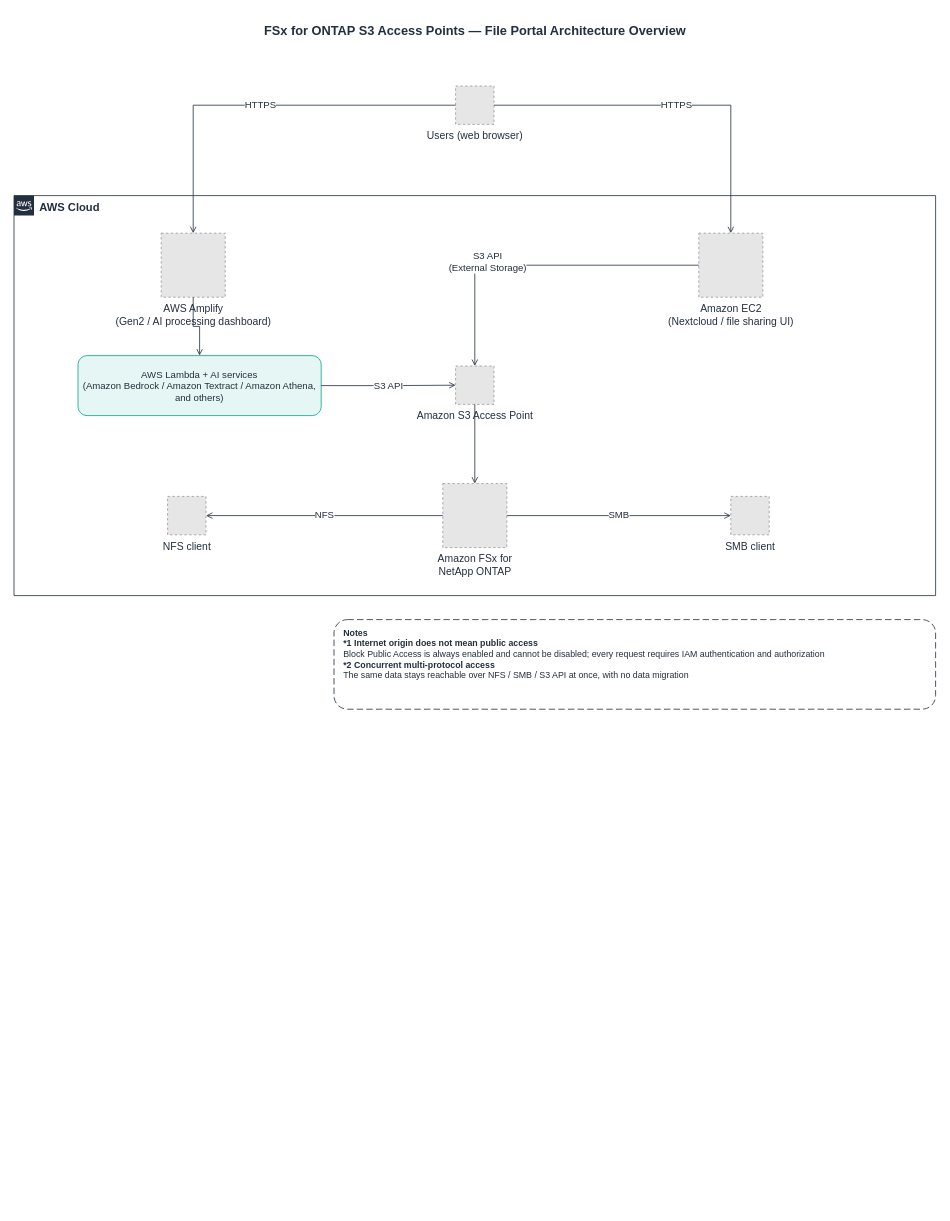
The draw.io diagram docs/diagrams/architecture-overview-en.drawio in Yoshiki0705/FSx-for-ONTAP-S3AccessPoints-Serverless-Patterns, before the edit. Source tidied: cells renumbered, new cells numbered last; positions are measured from the earlier drawing's top-left corner, leaving out a move shared by most shapes. Both pictures are drawn from the tidied source at 80%, with x=0, y=0 at pixel (14, 14). Pictures stored in the file or linked from it are replaced by grey dashed boxes.
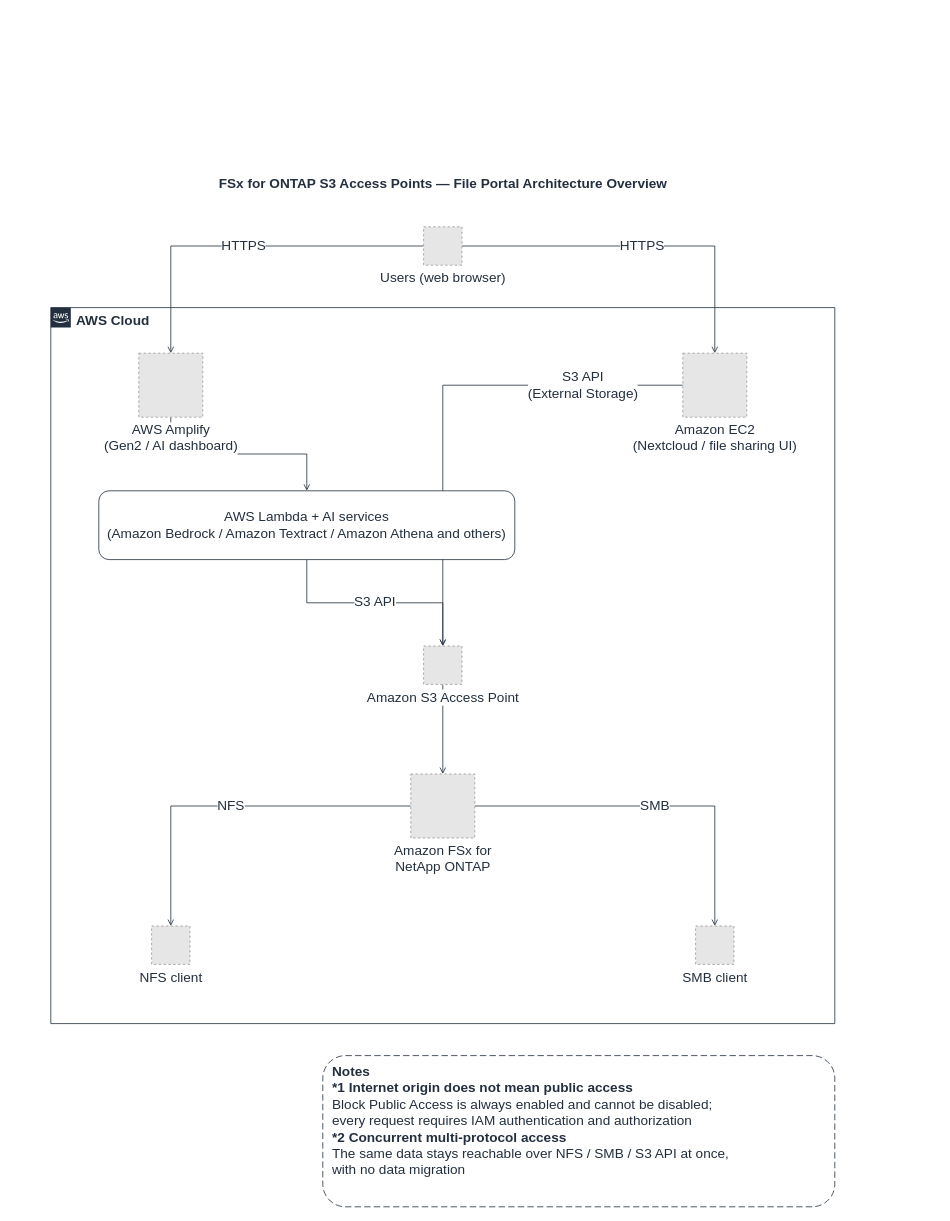
The same page after the edit.

Diff of the diagram source:
```diff
@@
-    <mxCell id="2" value="FSx for ONTAP S3 Access Points — File Portal Architecture Overview" style="text;html=1;align=center;verticalAlign=middle;fontSize=16;fontStyle=1;fontColor=#232F3E;" parent="1" vertex="1">
-      <mxGeometry width="1152" height="42" as="geometry" />
+    <mxCell id="2" value="FSx for ONTAP S3 Access Points — File Portal Architecture Overview" style="text;html=1;align=center;verticalAlign=middle;fontSize=17;fontStyle=1;fontColor=#232F3E;" parent="1" vertex="1">
+      <mxGeometry x="46" y="196" width="980" height="34" as="geometry" />
     </mxCell>
-    <mxCell id="3" value="Users (web browser)" style="fillColor=#E6E6E6;strokeColor=#999999;dashed=1;html=1;verticalLabelPosition=bottom;verticalAlign=top;labelPosition=center;align=center;fontSize=13;fontColor=#232F3E;" parent="1" vertex="1">
-      <mxGeometry x="552" y="90" width="48" height="48" as="geometry" />
-    </mxCell>
-    <mxCell id="4" value="AWS Cloud" style="gradientColor=none;html=1;whiteSpace=wrap;fontSize=14;fontStyle=1;shape=mxgraph.aws4.group;grIcon=mxgraph.aws4.group_aws_cloud_alt;strokeColor=#232F3E;fillColor=none;verticalAlign=top;align=left;spacingLeft=30;fontColor=#232F3E;dashed=0;" parent="1" vertex="1">
-      <mxGeometry y="227" width="1152" height="500" as="geometry" />
+    <mxCell id="4" value="AWS Cloud" style="gradientColor=none;html=1;whiteSpace=wrap;fontSize=17;fontStyle=1;shape=mxgraph.aws4.group;grIcon=mxgraph.aws4.group_aws_cloud_alt;strokeColor=#232F3E;fillColor=none;verticalAlign=top;align=left;spacingLeft=30;fontColor=#232F3E;dashed=0;" parent="1" vertex="1">
+      <mxGeometry x="46" y="367" width="980" height="895" as="geometry" />
     </mxCell>
-    <mxCell id="5" value="AWS Amplify&#10;(Gen2 / AI processing dashboard)" style="fillColor=#E6E6E6;strokeColor=#999999;dashed=1;html=1;verticalLabelPosition=bottom;verticalAlign=top;labelPosition=center;align=center;fontSize=13;fontColor=#232F3E;" parent="1" vertex="1">
-      <mxGeometry x="184" y="274" width="80" height="80" as="geometry" />
-    </mxCell>
-    <mxCell id="6" value="Amazon EC2&#10;(Nextcloud / file sharing UI)" style="fillColor=#E6E6E6;strokeColor=#999999;dashed=1;html=1;verticalLabelPosition=bottom;verticalAlign=top;labelPosition=center;align=center;fontSize=13;fontColor=#232F3E;" parent="1" vertex="1">
-      <mxGeometry x="856" y="274" width="80" height="80" as="geometry" />
-    </mxCell>
-    <mxCell id="7" value="AWS Lambda + AI services&#10;(Amazon Bedrock / Amazon Textract / Amazon Athena, and others)" style="rounded=1;whiteSpace=wrap;html=1;fillColor=#E6F6F4;strokeColor=#01A88D;dashed=0;fontSize=12;fontColor=#232F3E;verticalAlign=middle;align=center;" parent="1" vertex="1">
-      <mxGeometry x="80" y="427" width="304" height="75" as="geometry" />
-    </mxCell>
-    <mxCell id="8" value="Amazon S3 Access Point" style="fillColor=#E6E6E6;strokeColor=#999999;dashed=1;html=1;verticalLabelPosition=bottom;verticalAlign=top;labelPosition=center;align=center;fontSize=13;fontColor=#232F3E;" parent="1" vertex="1">
-      <mxGeometry x="552" y="440" width="48" height="48" as="geometry" />
-    </mxCell>
-    <mxCell id="9" value="Amazon FSx for&#10;NetApp ONTAP" style="fillColor=#E6E6E6;strokeColor=#999999;dashed=1;html=1;verticalLabelPosition=bottom;verticalAlign=top;labelPosition=center;align=center;fontSize=13;fontColor=#232F3E;" parent="1" vertex="1">
-      <mxGeometry x="536" y="587" width="80" height="80" as="geometry" />
-    </mxCell>
-    <mxCell id="10" value="NFS client" style="fillColor=#E6E6E6;strokeColor=#999999;dashed=1;html=1;verticalLabelPosition=bottom;verticalAlign=top;labelPosition=center;align=center;fontSize=13;fontColor=#232F3E;" parent="1" vertex="1">
-      <mxGeometry x="192" y="603" width="48" height="48" as="geometry" />
-    </mxCell>
-    <mxCell id="11" value="SMB client" style="fillColor=#E6E6E6;strokeColor=#999999;dashed=1;html=1;verticalLabelPosition=bottom;verticalAlign=top;labelPosition=center;align=center;fontSize=13;fontColor=#232F3E;" parent="1" vertex="1">
-      <mxGeometry x="896" y="603" width="48" height="48" as="geometry" />
-    </mxCell>
-    <mxCell id="12" value="HTTPS" style="edgeStyle=orthogonalEdgeStyle;rounded=0;jettySize=auto;html=1;endArrow=open;endFill=0;strokeColor=#232F3E;strokeWidth=1;fontSize=12;fontColor=#232F3E;labelBackgroundColor=#ffffff;" parent="1" edge="1" source="3" target="5">
+    <mxCell id="12" value="HTTPS" style="edgeStyle=orthogonalEdgeStyle;rounded=0;jettySize=auto;html=1;endArrow=open;endFill=0;strokeColor=#232F3E;strokeWidth=1;fontSize=17;fontColor=#232F3E;labelBackgroundColor=#ffffff;" parent="1" edge="1" source="3" target="5">
       <mxGeometry relative="1" as="geometry" />
     </mxCell>
-    <mxCell id="13" value="HTTPS" style="edgeStyle=orthogonalEdgeStyle;rounded=0;jettySize=auto;html=1;endArrow=open;endFill=0;strokeColor=#232F3E;strokeWidth=1;fontSize=12;fontColor=#232F3E;labelBackgroundColor=#ffffff;" parent="1" edge="1" source="3" target="6">
+    <mxCell id="13" value="HTTPS" style="edgeStyle=orthogonalEdgeStyle;rounded=0;jettySize=auto;html=1;endArrow=open;endFill=0;strokeColor=#232F3E;strokeWidth=1;fontSize=17;fontColor=#232F3E;labelBackgroundColor=#ffffff;" parent="1" edge="1" source="3" target="6">
       <mxGeometry relative="1" as="geometry" />
     </mxCell>
-    <mxCell id="14" style="edgeStyle=orthogonalEdgeStyle;rounded=0;jettySize=auto;html=1;endArrow=open;endFill=0;strokeColor=#232F3E;strokeWidth=1;fontSize=12;fontColor=#232F3E;labelBackgroundColor=#ffffff;" parent="1" edge="1" source="5" target="7">
-      <mxGeometry relative="1" as="geometry" />
-    </mxCell>
+    <mxCell id="21" style="edgeStyle=orthogonalEdgeStyle;rounded=0;jettySize=auto;html=1;endArrow=open;endFill=0;strokeColor=#232F3E;strokeWidth=1;fontSize=17;fontColor=#232F3E;labelBackgroundColor=#ffffff;" parent="1" edge="1" source="5" target="22">
+      <mxGeometry relative="1" as="geometry" />
+    </mxCell>
-    <mxCell id="15" value="S3 API" style="edgeStyle=orthogonalEdgeStyle;rounded=0;jettySize=auto;html=1;endArrow=open;endFill=0;strokeColor=#232F3E;strokeWidth=1;fontSize=12;fontColor=#232F3E;labelBackgroundColor=#ffffff;" parent="1" edge="1" source="7" target="8">
+    <mxCell id="15" value="S3 API" style="edgeStyle=orthogonalEdgeStyle;rounded=0;jettySize=auto;html=1;endArrow=open;endFill=0;strokeColor=#232F3E;strokeWidth=1;fontSize=17;fontColor=#232F3E;labelBackgroundColor=#ffffff;" parent="1" edge="1" source="22" target="8">
       <mxGeometry relative="1" as="geometry" />
     </mxCell>
-    <mxCell id="16" value="S3 API&#10;(External Storage)" style="edgeStyle=orthogonalEdgeStyle;rounded=0;jettySize=auto;html=1;endArrow=open;endFill=0;strokeColor=#232F3E;strokeWidth=1;fontSize=12;fontColor=#232F3E;labelBackgroundColor=#ffffff;" parent="1" edge="1" source="6" target="8">
-      <mxGeometry x="0.3" relative="1" as="geometry">
-        <mxPoint y="-4" as="offset" />
-      </mxGeometry>
+    <mxCell id="16" value="S3 API&lt;br&gt;(External Storage)" style="edgeStyle=orthogonalEdgeStyle;rounded=0;jettySize=auto;html=1;endArrow=open;endFill=0;strokeColor=#232F3E;strokeWidth=1;fontSize=17;fontColor=#232F3E;labelBackgroundColor=#ffffff;" parent="1" edge="1" source="6" target="8">
+      <mxGeometry x="-0.6" relative="1" as="geometry" />
     </mxCell>
-    <mxCell id="17" style="edgeStyle=orthogonalEdgeStyle;rounded=0;jettySize=auto;html=1;endArrow=open;endFill=0;strokeColor=#232F3E;strokeWidth=1;fontSize=12;fontColor=#232F3E;labelBackgroundColor=#ffffff;" parent="1" edge="1" source="8" target="9">
+    <mxCell id="17" style="edgeStyle=orthogonalEdgeStyle;rounded=0;jettySize=auto;html=1;endArrow=open;endFill=0;strokeColor=#232F3E;strokeWidth=1;fontSize=17;fontColor=#232F3E;labelBackgroundColor=#ffffff;" parent="1" edge="1" source="8" target="9">
       <mxGeometry relative="1" as="geometry" />
     </mxCell>
-    <mxCell id="18" value="NFS" style="edgeStyle=orthogonalEdgeStyle;rounded=0;jettySize=auto;html=1;endArrow=open;endFill=0;strokeColor=#232F3E;strokeWidth=1;fontSize=12;fontColor=#232F3E;labelBackgroundColor=#ffffff;" parent="1" edge="1" source="9" target="10">
+    <mxCell id="18" value="NFS" style="edgeStyle=orthogonalEdgeStyle;rounded=0;jettySize=auto;html=1;endArrow=open;endFill=0;strokeColor=#232F3E;strokeWidth=1;fontSize=17;fontColor=#232F3E;labelBackgroundColor=#ffffff;" parent="1" edge="1" source="9" target="10">
       <mxGeometry relative="1" as="geometry" />
     </mxCell>
-    <mxCell id="19" value="SMB" style="edgeStyle=orthogonalEdgeStyle;rounded=0;jettySize=auto;html=1;endArrow=open;endFill=0;strokeColor=#232F3E;strokeWidth=1;fontSize=12;fontColor=#232F3E;labelBackgroundColor=#ffffff;" parent="1" edge="1" source="9" target="11">
+    <mxCell id="19" value="SMB" style="edgeStyle=orthogonalEdgeStyle;rounded=0;jettySize=auto;html=1;endArrow=open;endFill=0;strokeColor=#232F3E;strokeWidth=1;fontSize=17;fontColor=#232F3E;labelBackgroundColor=#ffffff;" parent="1" edge="1" source="9" target="11">
       <mxGeometry relative="1" as="geometry" />
     </mxCell>
+    <mxCell id="3" value="Users (web browser)" style="fillColor=#E6E6E6;strokeColor=#999999;dashed=1;html=1;verticalLabelPosition=bottom;verticalAlign=top;labelPosition=center;align=center;fontSize=17;fontColor=#232F3E;labelBackgroundColor=#FFFFFF;" parent="1" vertex="1">
+      <mxGeometry x="512" y="266" width="48" height="48" as="geometry" />
+    </mxCell>
+    <mxCell id="5" value="AWS Amplify&lt;br&gt;(Gen2 / AI dashboard)" style="fillColor=#E6E6E6;strokeColor=#999999;dashed=1;html=1;verticalLabelPosition=bottom;verticalAlign=top;labelPosition=center;align=center;fontSize=17;fontColor=#232F3E;labelBackgroundColor=#FFFFFF;" parent="1" vertex="1">
+      <mxGeometry x="156" y="424" width="80" height="80" as="geometry" />
+    </mxCell>
+    <mxCell id="6" value="Amazon EC2&lt;br&gt;(Nextcloud / file sharing UI)" style="fillColor=#E6E6E6;strokeColor=#999999;dashed=1;html=1;verticalLabelPosition=bottom;verticalAlign=top;labelPosition=center;align=center;fontSize=17;fontColor=#232F3E;labelBackgroundColor=#FFFFFF;" parent="1" vertex="1">
+      <mxGeometry x="836" y="424" width="80" height="80" as="geometry" />
+    </mxCell>
+    <mxCell id="22" value="AWS Lambda + AI services&lt;br&gt;(Amazon Bedrock / Amazon Textract / Amazon Athena and others)" style="rounded=1;whiteSpace=wrap;html=1;dashed=0;strokeColor=#232F3E;fillColor=#FFFFFF;align=center;verticalAlign=middle;fontSize=17;fontColor=#232F3E;" parent="1" vertex="1">
+      <mxGeometry x="106" y="596" width="520" height="86" as="geometry" />
+    </mxCell>
+    <mxCell id="8" value="Amazon S3 Access Point" style="fillColor=#E6E6E6;strokeColor=#999999;dashed=1;html=1;verticalLabelPosition=bottom;verticalAlign=top;labelPosition=center;align=center;fontSize=17;fontColor=#232F3E;labelBackgroundColor=#FFFFFF;" parent="1" vertex="1">
+      <mxGeometry x="512" y="790" width="48" height="48" as="geometry" />
+    </mxCell>
+    <mxCell id="9" value="Amazon FSx for&lt;br&gt;NetApp ONTAP" style="fillColor=#E6E6E6;strokeColor=#999999;dashed=1;html=1;verticalLabelPosition=bottom;verticalAlign=top;labelPosition=center;align=center;fontSize=17;fontColor=#232F3E;labelBackgroundColor=#FFFFFF;" parent="1" vertex="1">
+      <mxGeometry x="496" y="950" width="80" height="80" as="geometry" />
+    </mxCell>
+    <mxCell id="10" value="NFS client" style="fillColor=#E6E6E6;strokeColor=#999999;dashed=1;html=1;verticalLabelPosition=bottom;verticalAlign=top;labelPosition=center;align=center;fontSize=17;fontColor=#232F3E;labelBackgroundColor=#FFFFFF;" parent="1" vertex="1">
+      <mxGeometry x="172" y="1140" width="48" height="48" as="geometry" />
+    </mxCell>
+    <mxCell id="11" value="SMB client" style="fillColor=#E6E6E6;strokeColor=#999999;dashed=1;html=1;verticalLabelPosition=bottom;verticalAlign=top;labelPosition=center;align=center;fontSize=17;fontColor=#232F3E;labelBackgroundColor=#FFFFFF;" parent="1" vertex="1">
+      <mxGeometry x="852" y="1140" width="48" height="48" as="geometry" />
+    </mxCell>
-    <mxCell id="20" value="&lt;b&gt;Notes&lt;/b&gt;&lt;br&gt;&lt;b&gt;*1 Internet origin does not mean public access&lt;/b&gt;&lt;br&gt;Block Public Access is always enabled and cannot be disabled; every request requires IAM authentication and authorization&lt;br&gt;&lt;b&gt;*2 Concurrent multi-protocol access&lt;/b&gt;&lt;br&gt;The same data stays reachable over NFS / SMB / S3 API at once, with no data migration" style="rounded=1;whiteSpace=wrap;html=1;dashed=1;dashPattern=8 4;strokeColor=#232F3E;fillColor=#FFFFFF;align=left;verticalAlign=top;spacingLeft=10;spacingTop=4;fontSize=11;fontColor=#232F3E;" parent="1" vertex="1">
-      <mxGeometry x="400" y="757" width="752" height="112" as="geometry" />
+    <mxCell id="20" value="&lt;b&gt;Notes&lt;/b&gt;&lt;br&gt;&lt;b&gt;*1 Internet origin does not mean public access&lt;/b&gt;&lt;br&gt;Block Public Access is always enabled and cannot be disabled;&lt;br&gt;every request requires IAM authentication and authorization&lt;br&gt;&lt;b&gt;*2 Concurrent multi-protocol access&lt;/b&gt;&lt;br&gt;The same data stays reachable over NFS / SMB / S3 API at once,&lt;br&gt;with no data migration" style="rounded=1;whiteSpace=wrap;html=1;dashed=1;dashPattern=8 4;strokeColor=#232F3E;fillColor=#FFFFFF;align=left;verticalAlign=top;spacingLeft=10;spacingTop=4;fontSize=17;fontColor=#232F3E;" parent="1" vertex="1">
+      <mxGeometry x="386" y="1302" width="640" height="189" as="geometry" />
     </mxCell>
```
